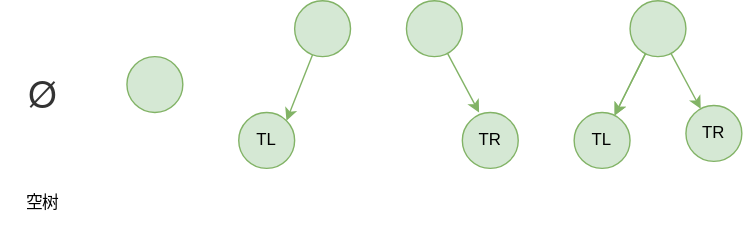
The draw.io diagram src/datastructures/tree/images/binary-tree-concept.svg in ZihaoXTEI/ts_datastructures_and_algorithms, before a commit. Source tidied: cells renumbered, new cells last; positions are measured from the earlier drawing's top-left corner, leaving out a move shared by most shapes. Source of this version:
```xml
<mxGraphModel>
  <root>
    <mxCell id="0" />
    <mxCell id="1" parent="0" />
    <mxCell id="2" value="空树" style="text;html=1;strokeColor=none;fillColor=none;align=center;verticalAlign=middle;whiteSpace=wrap;rounded=0;" parent="1" vertex="1">
      <mxGeometry y="130" width="60" height="30" as="geometry" />
    </mxCell>
    <mxCell id="3" style="ellipse;whiteSpace=wrap;html=1;fillColor=#d5e8d4;strokeColor=#82b366;" parent="1" vertex="1">
      <mxGeometry x="90" y="40" width="40" height="40" as="geometry" />
    </mxCell>
    <mxCell id="4" style="edgeStyle=none;html=1;entryX=1;entryY=0;entryDx=0;entryDy=0;fillColor=#d5e8d4;strokeColor=#82b366;" parent="1" edge="1" source="5" target="6">
      <mxGeometry relative="1" as="geometry" />
    </mxCell>
    <mxCell id="5" style="ellipse;whiteSpace=wrap;html=1;fillColor=#d5e8d4;strokeColor=#82b366;" parent="1" vertex="1">
      <mxGeometry x="210" width="40" height="40" as="geometry" />
    </mxCell>
    <mxCell id="6" value="TL" style="ellipse;whiteSpace=wrap;html=1;fillColor=#d5e8d4;strokeColor=#82b366;" parent="1" vertex="1">
      <mxGeometry x="170" y="80" width="40" height="40" as="geometry" />
    </mxCell>
    <mxCell id="7" style="edgeStyle=none;html=1;entryX=0.3;entryY=0;entryDx=0;entryDy=0;entryPerimeter=0;fillColor=#d5e8d4;strokeColor=#82b366;" parent="1" edge="1" source="8" target="9">
      <mxGeometry relative="1" as="geometry" />
    </mxCell>
    <mxCell id="8" style="ellipse;whiteSpace=wrap;html=1;fillColor=#d5e8d4;strokeColor=#82b366;" parent="1" vertex="1">
      <mxGeometry x="290" width="40" height="40" as="geometry" />
    </mxCell>
    <mxCell id="9" value="TR" style="ellipse;whiteSpace=wrap;html=1;fillColor=#d5e8d4;strokeColor=#82b366;" parent="1" vertex="1">
      <mxGeometry x="330" y="80" width="40" height="40" as="geometry" />
    </mxCell>
    <mxCell id="10" style="edgeStyle=none;html=1;fillColor=#d5e8d4;strokeColor=#82b366;" parent="1" edge="1" source="13" target="14">
      <mxGeometry relative="1" as="geometry" />
    </mxCell>
    <mxCell id="11" style="edgeStyle=none;html=1;fillColor=#d5e8d4;strokeColor=#82b366;" parent="1" edge="1" source="13" target="14">
      <mxGeometry relative="1" as="geometry" />
    </mxCell>
    <mxCell id="12" style="edgeStyle=none;html=1;fillColor=#d5e8d4;strokeColor=#82b366;" parent="1" edge="1" source="13" target="15">
      <mxGeometry relative="1" as="geometry" />
    </mxCell>
    <mxCell id="13" style="ellipse;whiteSpace=wrap;html=1;fillColor=#d5e8d4;strokeColor=#82b366;" parent="1" vertex="1">
      <mxGeometry x="450" width="40" height="40" as="geometry" />
    </mxCell>
    <mxCell id="14" value="TL" style="ellipse;whiteSpace=wrap;html=1;fillColor=#d5e8d4;strokeColor=#82b366;" parent="1" vertex="1">
      <mxGeometry x="410" y="80" width="40" height="40" as="geometry" />
    </mxCell>
    <mxCell id="15" value="TR" style="ellipse;whiteSpace=wrap;html=1;fillColor=#d5e8d4;strokeColor=#82b366;" parent="1" vertex="1">
      <mxGeometry x="490" y="75" width="40" height="40" as="geometry" />
    </mxCell>
    <mxCell id="16" value="&lt;span style=&quot;color: rgb(51 , 51 , 51) ; font-family: &amp;#34;helvetica neue&amp;#34; , &amp;#34;helvetica&amp;#34; , &amp;#34;arial&amp;#34; , &amp;#34;pingfang sc&amp;#34; , &amp;#34;hiragino sans gb&amp;#34; , &amp;#34;microsoft yahei&amp;#34; , &amp;#34;wenquanyi micro hei&amp;#34; , sans-serif ; background-color: rgb(255 , 255 , 255)&quot;&gt;&lt;font style=&quot;font-size: 26px&quot;&gt;Ø&lt;/font&gt;&lt;/span&gt;" style="text;html=1;strokeColor=none;fillColor=none;align=center;verticalAlign=middle;whiteSpace=wrap;rounded=0;" parent="1" vertex="1">
      <mxGeometry y="50" width="60" height="30" as="geometry" />
    </mxCell>
  </root>
</mxGraphModel>
```
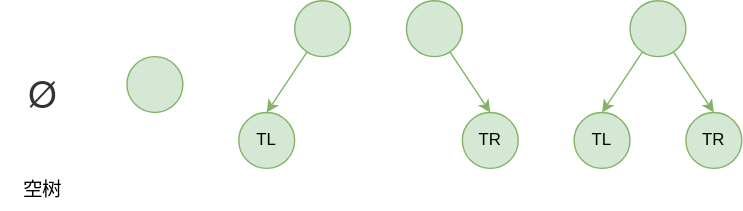
Above is the later version.

Change to the diagram source:
```diff
@@ -2,13 +2,13 @@
   <root>
     <mxCell id="0" />
     <mxCell id="1" parent="0" />
-    <mxCell id="2" value="空树" style="text;html=1;strokeColor=none;fillColor=none;align=center;verticalAlign=middle;whiteSpace=wrap;rounded=0;" parent="1" vertex="1">
-      <mxGeometry y="130" width="60" height="30" as="geometry" />
+    <mxCell id="2" value="空树" style="text;html=1;strokeColor=none;fillColor=none;align=center;verticalAlign=middle;whiteSpace=wrap;rounded=0;fontSize=14;" parent="1" vertex="1">
+      <mxGeometry y="120" width="60" height="30" as="geometry" />
     </mxCell>
     <mxCell id="3" style="ellipse;whiteSpace=wrap;html=1;fillColor=#d5e8d4;strokeColor=#82b366;" parent="1" vertex="1">
       <mxGeometry x="90" y="40" width="40" height="40" as="geometry" />
     </mxCell>
-    <mxCell id="4" style="edgeStyle=none;html=1;entryX=1;entryY=0;entryDx=0;entryDy=0;fillColor=#d5e8d4;strokeColor=#82b366;" parent="1" edge="1" source="5" target="6">
+    <mxCell id="4" style="edgeStyle=none;html=1;entryX=0.5;entryY=0;entryDx=0;entryDy=0;fillColor=#d5e8d4;strokeColor=#82b366;" parent="1" edge="1" source="5" target="6">
       <mxGeometry relative="1" as="geometry" />
     </mxCell>
     <mxCell id="5" style="ellipse;whiteSpace=wrap;html=1;fillColor=#d5e8d4;strokeColor=#82b366;" parent="1" vertex="1">
@@ -17,7 +17,7 @@
     <mxCell id="6" value="TL" style="ellipse;whiteSpace=wrap;html=1;fillColor=#d5e8d4;strokeColor=#82b366;" parent="1" vertex="1">
       <mxGeometry x="170" y="80" width="40" height="40" as="geometry" />
     </mxCell>
-    <mxCell id="7" style="edgeStyle=none;html=1;entryX=0.3;entryY=0;entryDx=0;entryDy=0;entryPerimeter=0;fillColor=#d5e8d4;strokeColor=#82b366;" parent="1" edge="1" source="8" target="9">
+    <mxCell id="7" style="edgeStyle=none;html=1;entryX=0.5;entryY=0;entryDx=0;entryDy=0;fillColor=#d5e8d4;strokeColor=#82b366;" parent="1" edge="1" source="8" target="9">
       <mxGeometry relative="1" as="geometry" />
     </mxCell>
     <mxCell id="8" style="ellipse;whiteSpace=wrap;html=1;fillColor=#d5e8d4;strokeColor=#82b366;" parent="1" vertex="1">
@@ -26,13 +26,10 @@
     <mxCell id="9" value="TR" style="ellipse;whiteSpace=wrap;html=1;fillColor=#d5e8d4;strokeColor=#82b366;" parent="1" vertex="1">
       <mxGeometry x="330" y="80" width="40" height="40" as="geometry" />
     </mxCell>
-    <mxCell id="10" style="edgeStyle=none;html=1;fillColor=#d5e8d4;strokeColor=#82b366;" parent="1" edge="1" source="13" target="14">
-      <mxGeometry relative="1" as="geometry" />
-    </mxCell>
-    <mxCell id="11" style="edgeStyle=none;html=1;fillColor=#d5e8d4;strokeColor=#82b366;" parent="1" edge="1" source="13" target="14">
+    <mxCell id="11" style="edgeStyle=none;html=1;fillColor=#d5e8d4;strokeColor=#82b366;entryX=0.5;entryY=0;entryDx=0;entryDy=0;" parent="1" edge="1" source="13" target="14">
       <mxGeometry relative="1" as="geometry" />
     </mxCell>
-    <mxCell id="12" style="edgeStyle=none;html=1;fillColor=#d5e8d4;strokeColor=#82b366;" parent="1" edge="1" source="13" target="15">
+    <mxCell id="12" style="edgeStyle=none;html=1;fillColor=#d5e8d4;strokeColor=#82b366;entryX=0.5;entryY=0;entryDx=0;entryDy=0;" parent="1" edge="1" source="13" target="15">
       <mxGeometry relative="1" as="geometry" />
     </mxCell>
     <mxCell id="13" style="ellipse;whiteSpace=wrap;html=1;fillColor=#d5e8d4;strokeColor=#82b366;" parent="1" vertex="1">
@@ -42,7 +39,7 @@
       <mxGeometry x="410" y="80" width="40" height="40" as="geometry" />
     </mxCell>
     <mxCell id="15" value="TR" style="ellipse;whiteSpace=wrap;html=1;fillColor=#d5e8d4;strokeColor=#82b366;" parent="1" vertex="1">
-      <mxGeometry x="490" y="75" width="40" height="40" as="geometry" />
+      <mxGeometry x="490" y="80" width="40" height="40" as="geometry" />
     </mxCell>
     <mxCell id="16" value="&lt;span style=&quot;color: rgb(51 , 51 , 51) ; font-family: &amp;#34;helvetica neue&amp;#34; , &amp;#34;helvetica&amp;#34; , &amp;#34;arial&amp;#34; , &amp;#34;pingfang sc&amp;#34; , &amp;#34;hiragino sans gb&amp;#34; , &amp;#34;microsoft yahei&amp;#34; , &amp;#34;wenquanyi micro hei&amp;#34; , sans-serif ; background-color: rgb(255 , 255 , 255)&quot;&gt;&lt;font style=&quot;font-size: 26px&quot;&gt;Ø&lt;/font&gt;&lt;/span&gt;" style="text;html=1;strokeColor=none;fillColor=none;align=center;verticalAlign=middle;whiteSpace=wrap;rounded=0;" parent="1" vertex="1">
       <mxGeometry y="50" width="60" height="30" as="geometry" />
```
